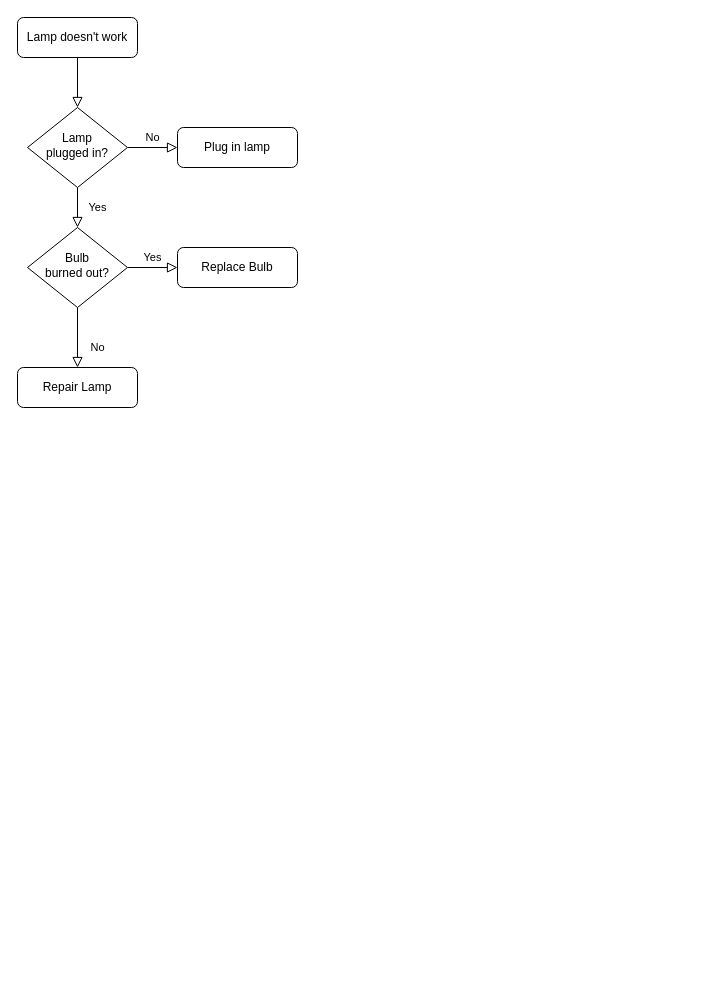
Earlier version of the draw.io diagram 제목 없는 다이어그램.drawio (wonjae124/mmdetection_stereo_ros). Source tidied: cells renumbered, new cells numbered last; positions are measured from the earlier drawing's top-left corner, leaving out a move shared by most shapes. Both pictures are drawn from the tidied source at 100%, with x=0, y=0 at pixel (17, 17).
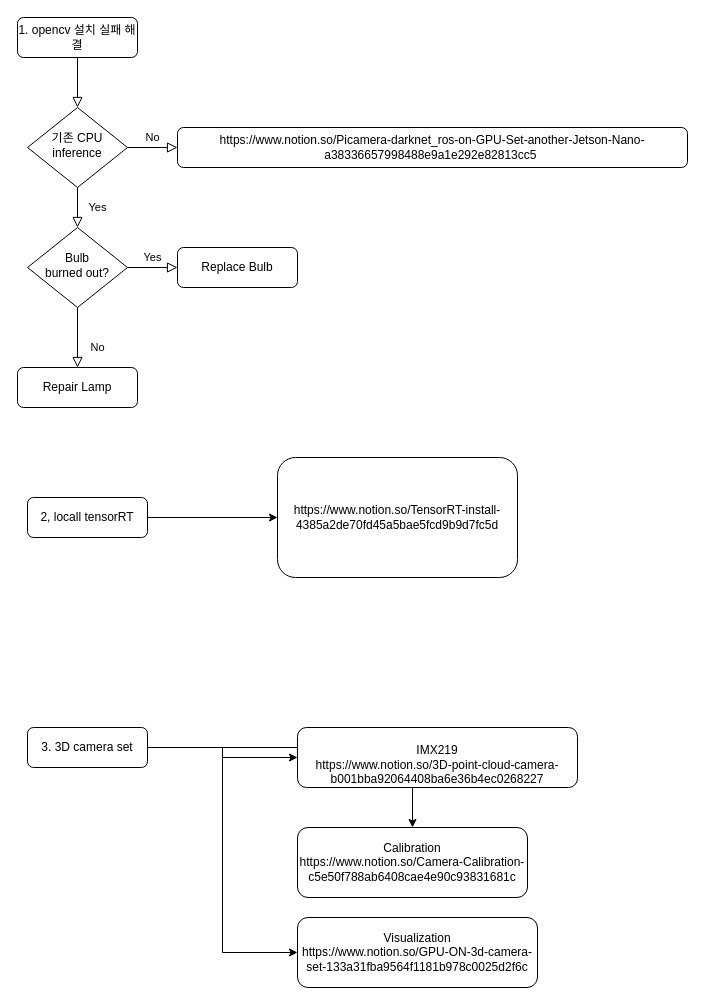
Above is the later version.

Commit message:
pointcloud diagram

Change to the diagram source:
```diff
@@
-    <mxCell id="3" value="Lamp doesn't work" style="rounded=1;whiteSpace=wrap;html=1;fontSize=12;glass=0;strokeWidth=1;shadow=0;" parent="1" vertex="1">
+    <mxCell id="3" value="1. opencv 설치 실패 해결" style="rounded=1;whiteSpace=wrap;html=1;fontSize=12;glass=0;strokeWidth=1;shadow=0;" parent="1" vertex="1">
       <mxGeometry width="120" height="40" as="geometry" />
     </mxCell>
@@
-    <mxCell id="6" value="Lamp&lt;br&gt;plugged in?" style="rhombus;whiteSpace=wrap;html=1;shadow=0;fontFamily=Helvetica;fontSize=12;align=center;strokeWidth=1;spacing=6;spacingTop=-4;" parent="1" vertex="1">
+    <mxCell id="6" value="기존 CPU&lt;br&gt;inference" style="rhombus;whiteSpace=wrap;html=1;shadow=0;fontFamily=Helvetica;fontSize=12;align=center;strokeWidth=1;spacing=6;spacingTop=-4;" parent="1" vertex="1">
       <mxGeometry x="10" y="90" width="100" height="80" as="geometry" />
     </mxCell>
-    <mxCell id="7" value="Plug in lamp" style="rounded=1;whiteSpace=wrap;html=1;fontSize=12;glass=0;strokeWidth=1;shadow=0;" parent="1" vertex="1">
-      <mxGeometry x="160" y="110" width="120" height="40" as="geometry" />
+    <mxCell id="7" value="https://www.notion.so/Picamera-darknet_ros-on-GPU-Set-another-Jetson-Nano-a38336657998488e9a1e292e82813cc5&amp;nbsp;" style="rounded=1;whiteSpace=wrap;html=1;fontSize=12;glass=0;strokeWidth=1;shadow=0;" parent="1" vertex="1">
+      <mxGeometry x="160" y="110" width="510" height="40" as="geometry" />
     </mxCell>
@@
+    <mxCell id="13" style="edgeStyle=orthogonalEdgeStyle;rounded=0;jettySize=auto;html=1;" parent="1" edge="1" source="14" target="15">
+      <mxGeometry relative="1" as="geometry" />
+    </mxCell>
+    <mxCell id="14" value="2, locall tensorRT" style="rounded=1;whiteSpace=wrap;html=1;fontSize=12;glass=0;strokeWidth=1;shadow=0;" parent="1" vertex="1">
+      <mxGeometry x="10" y="480" width="120" height="40" as="geometry" />
+    </mxCell>
+    <mxCell id="15" value="https://www.notion.so/TensorRT-install-4385a2de70fd45a5bae5fcd9b9d7fc5d" style="rounded=1;whiteSpace=wrap;html=1;" parent="1" vertex="1">
+      <mxGeometry x="260" y="440" width="240" height="120" as="geometry" />
+    </mxCell>
+    <mxCell id="16" style="edgeStyle=orthogonalEdgeStyle;rounded=0;jettySize=auto;html=1;exitX=1;exitY=0.5;exitDx=0;exitDy=0;entryX=0;entryY=0.5;entryDx=0;entryDy=0;" parent="1" edge="1" source="19" target="20">
+      <mxGeometry relative="1" as="geometry" />
+    </mxCell>
+    <mxCell id="17" style="edgeStyle=orthogonalEdgeStyle;rounded=0;jettySize=auto;html=1;" parent="1" edge="1" source="19" target="21">
+      <mxGeometry relative="1" as="geometry" />
+    </mxCell>
+    <mxCell id="18" style="edgeStyle=orthogonalEdgeStyle;rounded=0;jettySize=auto;html=1;" parent="1" edge="1" source="19" target="22">
+      <mxGeometry relative="1" as="geometry" />
+    </mxCell>
+    <mxCell id="19" value="3. 3D camera set" style="rounded=1;whiteSpace=wrap;html=1;fontSize=12;glass=0;strokeWidth=1;shadow=0;" parent="1" vertex="1">
+      <mxGeometry x="10" y="710" width="120" height="40" as="geometry" />
+    </mxCell>
+    <mxCell id="20" value="&lt;span style=&quot;text-align: left;&quot;&gt;Visualization&lt;br&gt;https://www.notion.so/GPU-ON-3d-camera-set-133a31fba9564f1181b978c0025d2f6c&lt;/span&gt;" style="rounded=1;whiteSpace=wrap;html=1;" parent="1" vertex="1">
+      <mxGeometry x="280" y="900" width="240" height="70" as="geometry" />
+    </mxCell>
+    <mxCell id="21" value="&lt;br&gt;IMX219&lt;br&gt;https://www.notion.so/3D-point-cloud-camera-b001bba92064408ba6e36b4ec0268227" style="rounded=1;whiteSpace=wrap;html=1;fontSize=12;glass=0;strokeWidth=1;shadow=0;" parent="1" vertex="1">
+      <mxGeometry x="280" y="710" width="280" height="60" as="geometry" />
+    </mxCell>
+    <mxCell id="22" value="Calibration&lt;br&gt;https://www.notion.so/Camera-Calibration-c5e50f788ab6408cae4e90c93831681c" style="rounded=1;whiteSpace=wrap;html=1;fontSize=12;glass=0;strokeWidth=1;shadow=0;" parent="1" vertex="1">
+      <mxGeometry x="280" y="810" width="230" height="70" as="geometry" />
+    </mxCell>
```
